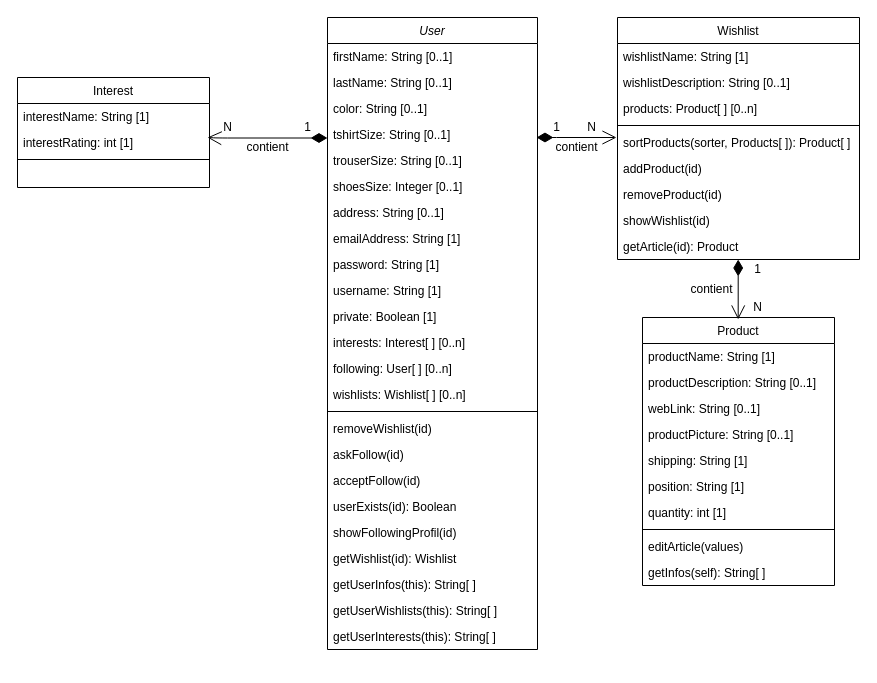
Above: Diagrammes/ClassDiagram.drawio in NNepper/LSINF1225-2020-GroupeL1.1-WishList (draw.io), before the change. Source tidied: cells renumbered, new cells numbered last; positions are measured from the earlier drawing's top-left corner, leaving out a move shared by most shapes. Both pictures are drawn from the tidied source at 100%, with x=0, y=0 at pixel (17, 17).
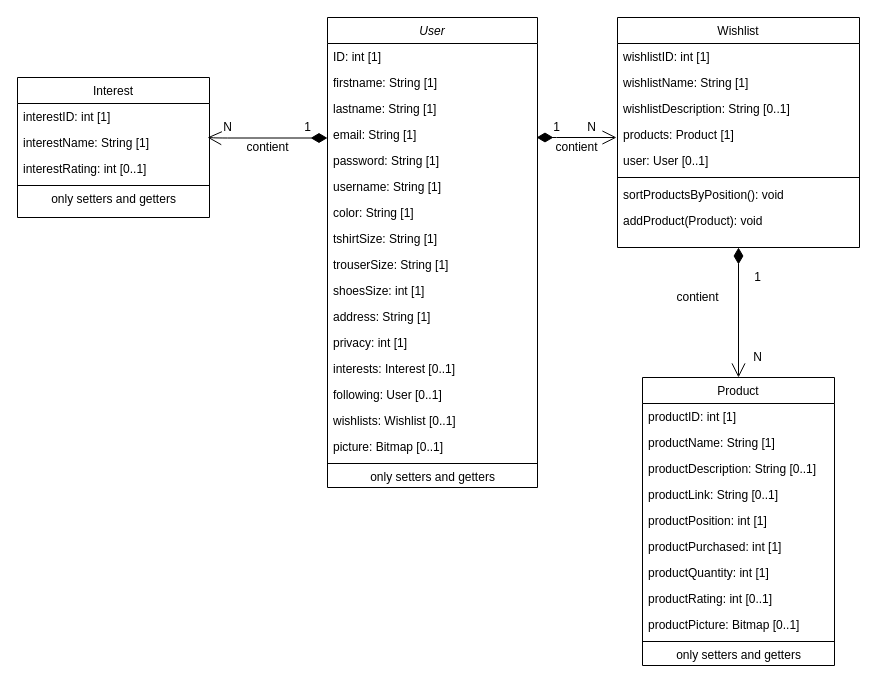
Above is the later version.

Commit message (it also covers changes not shown here):
Le Diagramme de classe a été mis à jour

Change to the diagram source:
```diff
@@
     <mxCell id="2" value="User" style="swimlane;fontStyle=2;align=center;verticalAlign=top;horizontal=1;startSize=26;rounded=0;shadow=0;strokeWidth=1;" parent="1" vertex="1">
-      <mxGeometry x="310" width="210" height="632" as="geometry" />
+      <mxGeometry x="310" width="210" height="470" as="geometry" />
     </mxCell>
-    <mxCell id="3" value="firstName: String [0..1]" style="text;align=left;verticalAlign=top;spacingLeft=4;spacingRight=4;overflow=hidden;" parent="2" vertex="1">
-      <mxGeometry y="26" width="210" height="26" as="geometry" />
-    </mxCell>
-    <mxCell id="4" value="lastName: String [0..1]" style="text;align=left;verticalAlign=top;spacingLeft=4;spacingRight=4;overflow=hidden;rounded=0;shadow=0;html=0;" parent="2" vertex="1">
-      <mxGeometry y="52" width="210" height="26" as="geometry" />
-    </mxCell>
-    <mxCell id="5" value="color: String [0..1]" style="text;align=left;verticalAlign=top;spacingLeft=4;spacingRight=4;overflow=hidden;rounded=0;shadow=0;html=0;" parent="2" vertex="1">
-      <mxGeometry y="78" width="210" height="26" as="geometry" />
-    </mxCell>
-    <mxCell id="6" value="tshirtSize: String [0..1]" style="text;align=left;verticalAlign=top;spacingLeft=4;spacingRight=4;overflow=hidden;" parent="2" vertex="1">
-      <mxGeometry y="104" width="210" height="26" as="geometry" />
-    </mxCell>
-    <mxCell id="7" value="trouserSize: String [0..1]" style="text;align=left;verticalAlign=top;spacingLeft=4;spacingRight=4;overflow=hidden;" parent="2" vertex="1">
-      <mxGeometry y="130" width="210" height="26" as="geometry" />
-    </mxCell>
-    <mxCell id="8" value="shoesSize: Integer [0..1]" style="text;align=left;verticalAlign=top;spacingLeft=4;spacingRight=4;overflow=hidden;" parent="2" vertex="1">
-      <mxGeometry y="156" width="210" height="26" as="geometry" />
-    </mxCell>
-    <mxCell id="9" value="address: String [0..1]" style="text;align=left;verticalAlign=top;spacingLeft=4;spacingRight=4;overflow=hidden;" parent="2" vertex="1">
-      <mxGeometry y="182" width="210" height="26" as="geometry" />
-    </mxCell>
-    <mxCell id="10" value="emailAddress: String [1]" style="text;align=left;verticalAlign=top;spacingLeft=4;spacingRight=4;overflow=hidden;" parent="2" vertex="1">
-      <mxGeometry y="208" width="210" height="26" as="geometry" />
-    </mxCell>
+    <mxCell id="64" value="ID: int [1]" style="text;align=left;verticalAlign=top;spacingLeft=4;spacingRight=4;overflow=hidden;" parent="2" vertex="1">
+      <mxGeometry y="26" width="210" height="26" as="geometry" />
+    </mxCell>
+    <mxCell id="65" value="firstname: String [1]" style="text;align=left;verticalAlign=top;spacingLeft=4;spacingRight=4;overflow=hidden;" parent="2" vertex="1">
+      <mxGeometry y="52" width="210" height="26" as="geometry" />
+    </mxCell>
+    <mxCell id="66" value="lastname: String [1]" style="text;align=left;verticalAlign=top;spacingLeft=4;spacingRight=4;overflow=hidden;" parent="2" vertex="1">
+      <mxGeometry y="78" width="210" height="26" as="geometry" />
+    </mxCell>
+    <mxCell id="67" value="email: String [1]" style="text;align=left;verticalAlign=top;spacingLeft=4;spacingRight=4;overflow=hidden;" parent="2" vertex="1">
+      <mxGeometry y="104" width="210" height="26" as="geometry" />
+    </mxCell>
     <mxCell id="11" value="password: String [1]" style="text;align=left;verticalAlign=top;spacingLeft=4;spacingRight=4;overflow=hidden;" parent="2" vertex="1">
-      <mxGeometry y="234" width="210" height="26" as="geometry" />
+      <mxGeometry y="130" width="210" height="26" as="geometry" />
     </mxCell>
     <mxCell id="12" value="username: String [1]" style="text;align=left;verticalAlign=top;spacingLeft=4;spacingRight=4;overflow=hidden;" parent="2" vertex="1">
-      <mxGeometry y="260" width="210" height="26" as="geometry" />
+      <mxGeometry y="156" width="210" height="26" as="geometry" />
     </mxCell>
-    <mxCell id="13" value="private: Boolean [1]" style="text;align=left;verticalAlign=top;spacingLeft=4;spacingRight=4;overflow=hidden;" parent="2" vertex="1">
-      <mxGeometry y="286" width="210" height="26" as="geometry" />
-    </mxCell>
-    <mxCell id="14" value="interests: Interest[ ] [0..n]" style="text;align=left;verticalAlign=top;spacingLeft=4;spacingRight=4;overflow=hidden;" parent="2" vertex="1">
-      <mxGeometry y="312" width="210" height="26" as="geometry" />
-    </mxCell>
-    <mxCell id="15" value="following: User[ ] [0..n]" style="text;align=left;verticalAlign=top;spacingLeft=4;spacingRight=4;overflow=hidden;" parent="2" vertex="1">
-      <mxGeometry y="338" width="210" height="26" as="geometry" />
-    </mxCell>
-    <mxCell id="16" value="wishlists: Wishlist[ ] [0..n]" style="text;align=left;verticalAlign=top;spacingLeft=4;spacingRight=4;overflow=hidden;" parent="2" vertex="1">
-      <mxGeometry y="364" width="210" height="26" as="geometry" />
-    </mxCell>
+    <mxCell id="68" value="color: String [1]" style="text;align=left;verticalAlign=top;spacingLeft=4;spacingRight=4;overflow=hidden;" parent="2" vertex="1">
+      <mxGeometry y="182" width="210" height="26" as="geometry" />
+    </mxCell>
+    <mxCell id="69" value="tshirtSize: String [1]" style="text;align=left;verticalAlign=top;spacingLeft=4;spacingRight=4;overflow=hidden;" parent="2" vertex="1">
+      <mxGeometry y="208" width="210" height="26" as="geometry" />
+    </mxCell>
+    <mxCell id="70" value="trouserSize: String [1]" style="text;align=left;verticalAlign=top;spacingLeft=4;spacingRight=4;overflow=hidden;" parent="2" vertex="1">
+      <mxGeometry y="234" width="210" height="26" as="geometry" />
+    </mxCell>
+    <mxCell id="71" value="shoesSize: int [1]" style="text;align=left;verticalAlign=top;spacingLeft=4;spacingRight=4;overflow=hidden;" parent="2" vertex="1">
+      <mxGeometry y="260" width="210" height="26" as="geometry" />
+    </mxCell>
+    <mxCell id="3" value="address: String [1]" style="text;align=left;verticalAlign=top;spacingLeft=4;spacingRight=4;overflow=hidden;" parent="2" vertex="1">
+      <mxGeometry y="286" width="210" height="26" as="geometry" />
+    </mxCell>
+    <mxCell id="72" value="privacy: int [1]" style="text;align=left;verticalAlign=top;spacingLeft=4;spacingRight=4;overflow=hidden;" parent="2" vertex="1">
+      <mxGeometry y="312" width="210" height="26" as="geometry" />
+    </mxCell>
+    <mxCell id="73" value="interests: Interest [0..1]" style="text;align=left;verticalAlign=top;spacingLeft=4;spacingRight=4;overflow=hidden;" parent="2" vertex="1">
+      <mxGeometry y="338" width="210" height="26" as="geometry" />
+    </mxCell>
+    <mxCell id="74" value="following: User [0..1]" style="text;align=left;verticalAlign=top;spacingLeft=4;spacingRight=4;overflow=hidden;" parent="2" vertex="1">
+      <mxGeometry y="364" width="210" height="26" as="geometry" />
+    </mxCell>
+    <mxCell id="75" value="wishlists: Wishlist [0..1]" style="text;align=left;verticalAlign=top;spacingLeft=4;spacingRight=4;overflow=hidden;" parent="2" vertex="1">
+      <mxGeometry y="390" width="210" height="26" as="geometry" />
+    </mxCell>
+    <mxCell id="76" value="picture: Bitmap [0..1]" style="text;align=left;verticalAlign=top;spacingLeft=4;spacingRight=4;overflow=hidden;" parent="2" vertex="1">
+      <mxGeometry y="416" width="210" height="26" as="geometry" />
+    </mxCell>
     <mxCell id="17" style="line;html=1;strokeWidth=1;align=left;verticalAlign=middle;spacingTop=-1;spacingLeft=3;spacingRight=3;labelPosition=right;" parent="2" vertex="1">
-      <mxGeometry y="390" width="210" height="8" as="geometry" />
+      <mxGeometry y="442" width="210" height="8" as="geometry" />
     </mxCell>
-    <mxCell id="18" value="removeWishlist(id)" style="text;align=left;verticalAlign=top;spacingLeft=4;spacingRight=4;overflow=hidden;" parent="2" vertex="1">
-      <mxGeometry y="398" width="210" height="26" as="geometry" />
-    </mxCell>
-    <mxCell id="19" value="askFollow(id)" style="text;align=left;verticalAlign=top;spacingLeft=4;spacingRight=4;overflow=hidden;" parent="2" vertex="1">
-      <mxGeometry y="424" width="210" height="26" as="geometry" />
-    </mxCell>
-    <mxCell id="20" value="acceptFollow(id)" style="text;align=left;verticalAlign=top;spacingLeft=4;spacingRight=4;overflow=hidden;" parent="2" vertex="1">
-      <mxGeometry y="450" width="210" height="26" as="geometry" />
-    </mxCell>
-    <mxCell id="21" value="userExists(id): Boolean" style="text;align=left;verticalAlign=top;spacingLeft=4;spacingRight=4;overflow=hidden;" parent="2" vertex="1">
-      <mxGeometry y="476" width="210" height="26" as="geometry" />
-    </mxCell>
-    <mxCell id="22" value="showFollowingProfil(id)" style="text;align=left;verticalAlign=top;spacingLeft=4;spacingRight=4;overflow=hidden;" parent="2" vertex="1">
-      <mxGeometry y="502" width="210" height="26" as="geometry" />
-    </mxCell>
-    <mxCell id="23" value="getWishlist(id): Wishlist" style="text;align=left;verticalAlign=top;spacingLeft=4;spacingRight=4;overflow=hidden;" parent="2" vertex="1">
-      <mxGeometry y="528" width="210" height="26" as="geometry" />
-    </mxCell>
-    <mxCell id="24" value="getUserInfos(this): String[ ]" style="text;align=left;verticalAlign=top;spacingLeft=4;spacingRight=4;overflow=hidden;" parent="2" vertex="1">
-      <mxGeometry y="554" width="210" height="26" as="geometry" />
-    </mxCell>
-    <mxCell id="25" value="getUserWishlists(this): String[ ]" style="text;align=left;verticalAlign=top;spacingLeft=4;spacingRight=4;overflow=hidden;" parent="2" vertex="1">
-      <mxGeometry y="580" width="210" height="26" as="geometry" />
-    </mxCell>
-    <mxCell id="26" value="getUserInterests(this): String[ ]" style="text;align=left;verticalAlign=top;spacingLeft=4;spacingRight=4;overflow=hidden;" parent="2" vertex="1">
-      <mxGeometry y="606" width="210" height="26" as="geometry" />
-    </mxCell>
+    <mxCell id="77" value="only setters and getters" style="text;html=1;align=center;verticalAlign=middle;" parent="2" vertex="1">
+      <mxGeometry y="450" width="210" height="20" as="geometry" />
+    </mxCell>
     <mxCell id="27" value="Wishlist" style="swimlane;fontStyle=0;align=center;verticalAlign=top;horizontal=1;startSize=26;rounded=0;shadow=0;strokeWidth=1;" parent="1" vertex="1">
-      <mxGeometry x="600" width="242" height="242" as="geometry" />
+      <mxGeometry x="600" width="242" height="230" as="geometry" />
     </mxCell>
-    <mxCell id="28" value="wishlistName: String [1]" style="text;align=left;verticalAlign=top;spacingLeft=4;spacingRight=4;overflow=hidden;" parent="27" vertex="1">
+    <mxCell id="28" value="wishlistID: int [1]" style="text;align=left;verticalAlign=top;spacingLeft=4;spacingRight=4;overflow=hidden;" parent="27" vertex="1">
       <mxGeometry y="26" width="242" height="26" as="geometry" />
     </mxCell>
+    <mxCell id="78" value="wishlistName: String [1]" style="text;align=left;verticalAlign=top;spacingLeft=4;spacingRight=4;overflow=hidden;" parent="27" vertex="1">
+      <mxGeometry y="52" width="242" height="26" as="geometry" />
+    </mxCell>
-    <mxCell id="29" value="wishlistDescription: String [0..1]" style="text;align=left;verticalAlign=top;spacingLeft=4;spacingRight=4;overflow=hidden;rounded=0;shadow=0;html=0;" parent="27" vertex="1">
-      <mxGeometry y="52" width="242" height="26" as="geometry" />
+    <mxCell id="29" value="wishlistDescription: String [0..1]" style="text;align=left;verticalAlign=top;spacingLeft=4;spacingRight=4;overflow=hidden;" parent="27" vertex="1">
+      <mxGeometry y="78" width="242" height="26" as="geometry" />
     </mxCell>
-    <mxCell id="30" value="products: Product[ ] [0..n]" style="text;align=left;verticalAlign=top;spacingLeft=4;spacingRight=4;overflow=hidden;rounded=0;shadow=0;html=0;" parent="27" vertex="1">
-      <mxGeometry y="78" width="242" height="26" as="geometry" />
-    </mxCell>
+    <mxCell id="79" value="products: Product [1]" style="text;align=left;verticalAlign=top;spacingLeft=4;spacingRight=4;overflow=hidden;" parent="27" vertex="1">
+      <mxGeometry y="104" width="242" height="26" as="geometry" />
+    </mxCell>
+    <mxCell id="80" value="user: User [0..1]" style="text;align=left;verticalAlign=top;spacingLeft=4;spacingRight=4;overflow=hidden;" parent="27" vertex="1">
+      <mxGeometry y="130" width="242" height="26" as="geometry" />
+    </mxCell>
     <mxCell id="31" style="line;html=1;strokeWidth=1;align=left;verticalAlign=middle;spacingTop=-1;spacingLeft=3;spacingRight=3;labelPosition=right;" parent="27" vertex="1">
-      <mxGeometry y="104" width="242" height="8" as="geometry" />
+      <mxGeometry y="156" width="242" height="8" as="geometry" />
     </mxCell>
-    <mxCell id="32" value="sortProducts(sorter, Products[ ]): Product[ ]" style="text;align=left;verticalAlign=top;spacingLeft=4;spacingRight=4;overflow=hidden;rounded=0;shadow=0;html=0;" parent="27" vertex="1">
-      <mxGeometry y="112" width="242" height="26" as="geometry" />
-    </mxCell>
-    <mxCell id="33" value="addProduct(id)" style="text;align=left;verticalAlign=top;spacingLeft=4;spacingRight=4;overflow=hidden;rounded=0;shadow=0;html=0;" parent="27" vertex="1">
-      <mxGeometry y="138" width="242" height="26" as="geometry" />
-    </mxCell>
-    <mxCell id="34" value="removeProduct(id)" style="text;align=left;verticalAlign=top;spacingLeft=4;spacingRight=4;overflow=hidden;rounded=0;shadow=0;html=0;" parent="27" vertex="1">
-      <mxGeometry y="164" width="242" height="26" as="geometry" />
-    </mxCell>
-    <mxCell id="35" value="showWishlist(id)" style="text;align=left;verticalAlign=top;spacingLeft=4;spacingRight=4;overflow=hidden;rounded=0;shadow=0;html=0;" parent="27" vertex="1">
-      <mxGeometry y="190" width="242" height="26" as="geometry" />
-    </mxCell>
-    <mxCell id="36" value="getArticle(id): Product" style="text;align=left;verticalAlign=top;spacingLeft=4;spacingRight=4;overflow=hidden;rounded=0;shadow=0;html=0;" parent="27" vertex="1">
-      <mxGeometry y="216" width="242" height="26" as="geometry" />
-    </mxCell>
-    <mxCell id="37" value="Product" style="swimlane;fontStyle=0;align=center;verticalAlign=top;horizontal=1;startSize=26;rounded=0;shadow=0;strokeWidth=1;" parent="1" vertex="1">
-      <mxGeometry x="625" y="300" width="192" height="268" as="geometry" />
-    </mxCell>
-    <mxCell id="38" value="productName: String [1]" style="text;align=left;verticalAlign=top;spacingLeft=4;spacingRight=4;overflow=hidden;" parent="37" vertex="1">
-      <mxGeometry y="26" width="192" height="26" as="geometry" />
-    </mxCell>
-    <mxCell id="39" value="productDescription: String [0..1]" style="text;align=left;verticalAlign=top;spacingLeft=4;spacingRight=4;overflow=hidden;" parent="37" vertex="1">
-      <mxGeometry y="52" width="192" height="26" as="geometry" />
-    </mxCell>
-    <mxCell id="40" value="webLink: String [0..1]" style="text;align=left;verticalAlign=top;spacingLeft=4;spacingRight=4;overflow=hidden;" parent="37" vertex="1">
-      <mxGeometry y="78" width="192" height="26" as="geometry" />
-    </mxCell>
-    <mxCell id="41" value="productPicture: String [0..1]" style="text;align=left;verticalAlign=top;spacingLeft=4;spacingRight=4;overflow=hidden;" parent="37" vertex="1">
-      <mxGeometry y="104" width="192" height="26" as="geometry" />
-    </mxCell>
-    <mxCell id="42" value="shipping: String [1]" style="text;align=left;verticalAlign=top;spacingLeft=4;spacingRight=4;overflow=hidden;" parent="37" vertex="1">
-      <mxGeometry y="130" width="192" height="26" as="geometry" />
-    </mxCell>
-    <mxCell id="43" value="position: String [1]" style="text;align=left;verticalAlign=top;spacingLeft=4;spacingRight=4;overflow=hidden;" parent="37" vertex="1">
-      <mxGeometry y="156" width="192" height="26" as="geometry" />
-    </mxCell>
-    <mxCell id="44" value="quantity: int [1]" style="text;align=left;verticalAlign=top;spacingLeft=4;spacingRight=4;overflow=hidden;" parent="37" vertex="1">
-      <mxGeometry y="182" width="192" height="26" as="geometry" />
-    </mxCell>
-    <mxCell id="45" style="line;html=1;strokeWidth=1;align=left;verticalAlign=middle;spacingTop=-1;spacingLeft=3;spacingRight=3;labelPosition=right;" parent="37" vertex="1">
-      <mxGeometry y="208" width="192" height="8" as="geometry" />
-    </mxCell>
-    <mxCell id="46" value="editArticle(values)" style="text;align=left;verticalAlign=top;spacingLeft=4;spacingRight=4;overflow=hidden;" parent="37" vertex="1">
-      <mxGeometry y="216" width="192" height="26" as="geometry" />
-    </mxCell>
-    <mxCell id="47" value="getInfos(self): String[ ]" style="text;align=left;verticalAlign=top;spacingLeft=4;spacingRight=4;overflow=hidden;" parent="37" vertex="1">
-      <mxGeometry y="242" width="192" height="26" as="geometry" />
-    </mxCell>
+    <mxCell id="81" value="sortProductsByPosition(): void" style="text;align=left;verticalAlign=top;spacingLeft=4;spacingRight=4;overflow=hidden;" parent="27" vertex="1">
+      <mxGeometry y="164" width="242" height="26" as="geometry" />
+    </mxCell>
+    <mxCell id="82" value="addProduct(Product): void" style="text;align=left;verticalAlign=top;spacingLeft=4;spacingRight=4;overflow=hidden;" parent="27" vertex="1">
+      <mxGeometry y="190" width="242" height="26" as="geometry" />
+    </mxCell>
@@
     <mxCell id="49" value="Interest" style="swimlane;fontStyle=0;align=center;verticalAlign=top;horizontal=1;startSize=26;rounded=0;shadow=0;strokeWidth=1;" parent="1" vertex="1">
-      <mxGeometry y="60" width="192" height="110" as="geometry" />
+      <mxGeometry y="60" width="192" height="140" as="geometry" />
     </mxCell>
+    <mxCell id="83" value="interestID: int [1]" style="text;align=left;verticalAlign=top;spacingLeft=4;spacingRight=4;overflow=hidden;" parent="49" vertex="1">
+      <mxGeometry y="26" width="192" height="26" as="geometry" />
+    </mxCell>
     <mxCell id="50" value="interestName: String [1]" style="text;align=left;verticalAlign=top;spacingLeft=4;spacingRight=4;overflow=hidden;" parent="49" vertex="1">
-      <mxGeometry y="26" width="192" height="26" as="geometry" />
+      <mxGeometry y="52" width="192" height="26" as="geometry" />
     </mxCell>
-    <mxCell id="51" value="interestRating: int [1]" style="text;align=left;verticalAlign=top;spacingLeft=4;spacingRight=4;overflow=hidden;" parent="49" vertex="1">
-      <mxGeometry y="52" width="192" height="26" as="geometry" />
-    </mxCell>
+    <mxCell id="84" value="interestRating: int [0..1]" style="text;align=left;verticalAlign=top;spacingLeft=4;spacingRight=4;overflow=hidden;" parent="49" vertex="1">
+      <mxGeometry y="78" width="192" height="26" as="geometry" />
+    </mxCell>
     <mxCell id="52" style="line;html=1;strokeWidth=1;align=left;verticalAlign=middle;spacingTop=-1;spacingLeft=3;spacingRight=3;labelPosition=right;" parent="49" vertex="1">
-      <mxGeometry y="78" width="192" height="8" as="geometry" />
+      <mxGeometry y="104" width="192" height="8" as="geometry" />
     </mxCell>
+    <mxCell id="85" value="only setters and getters" style="text;html=1;align=center;verticalAlign=middle;" parent="49" vertex="1">
+      <mxGeometry y="112" width="192" height="20" as="geometry" />
+    </mxCell>
@@
-    <mxCell id="60" style="endArrow=open;html=1;endSize=12;startArrow=diamondThin;startSize=14;startFill=1;edgeStyle=orthogonalEdgeStyle;align=left;verticalAlign=bottom;" parent="1" edge="1">
-      <mxGeometry x="-1" y="3" relative="1" as="geometry">
-        <mxPoint x="720.7" y="242" as="sourcePoint" />
-        <mxPoint x="720.7" y="302" as="targetPoint" />
-      </mxGeometry>
+    <mxCell id="60" style="endArrow=open;html=1;endSize=12;startArrow=diamondThin;startSize=14;startFill=1;edgeStyle=orthogonalEdgeStyle;align=left;verticalAlign=bottom;exitX=0.5;exitY=1;exitDx=0;exitDy=0;entryX=0.5;entryY=0;entryDx=0;entryDy=0;" parent="1" edge="1" source="27" target="37">
+      <mxGeometry x="-1" y="3" relative="1" as="geometry" />
     </mxCell>
     <mxCell id="61" value="1" style="text;html=1;align=center;verticalAlign=middle;" parent="1" vertex="1">
-      <mxGeometry x="730" y="242" width="20" height="20" as="geometry" />
+      <mxGeometry x="730" y="250" width="20" height="20" as="geometry" />
     </mxCell>
     <mxCell id="62" value="N" style="text;html=1;align=center;verticalAlign=middle;" parent="1" vertex="1">
-      <mxGeometry x="730" y="280" width="20" height="20" as="geometry" />
+      <mxGeometry x="730" y="330" width="20" height="20" as="geometry" />
     </mxCell>
     <mxCell id="63" value="contient" style="text;html=1;align=center;verticalAlign=middle;" parent="1" vertex="1">
-      <mxGeometry x="664" y="262" width="60" height="20" as="geometry" />
+      <mxGeometry x="650" y="270" width="60" height="20" as="geometry" />
     </mxCell>
+    <mxCell id="37" value="Product" style="swimlane;fontStyle=0;align=center;verticalAlign=top;horizontal=1;startSize=26;rounded=0;shadow=0;strokeWidth=1;" parent="1" vertex="1">
+      <mxGeometry x="625" y="360" width="192" height="288" as="geometry" />
+    </mxCell>
+    <mxCell id="38" value="productID: int [1]" style="text;align=left;verticalAlign=top;spacingLeft=4;spacingRight=4;overflow=hidden;" parent="37" vertex="1">
+      <mxGeometry y="26" width="192" height="26" as="geometry" />
+    </mxCell>
+    <mxCell id="86" value="productName: String [1]" style="text;align=left;verticalAlign=top;spacingLeft=4;spacingRight=4;overflow=hidden;" parent="37" vertex="1">
+      <mxGeometry y="52" width="192" height="26" as="geometry" />
+    </mxCell>
+    <mxCell id="39" value="productDescription: String [0..1]" style="text;align=left;verticalAlign=top;spacingLeft=4;spacingRight=4;overflow=hidden;" parent="37" vertex="1">
+      <mxGeometry y="78" width="192" height="26" as="geometry" />
+    </mxCell>
+    <mxCell id="87" value="productLink: String [0..1]" style="text;align=left;verticalAlign=top;spacingLeft=4;spacingRight=4;overflow=hidden;" parent="37" vertex="1">
+      <mxGeometry y="104" width="192" height="26" as="geometry" />
+    </mxCell>
+    <mxCell id="88" value="productPosition: int [1]" style="text;align=left;verticalAlign=top;spacingLeft=4;spacingRight=4;overflow=hidden;" parent="37" vertex="1">
+      <mxGeometry y="130" width="192" height="26" as="geometry" />
+    </mxCell>
+    <mxCell id="89" value="productPurchased: int [1]" style="text;align=left;verticalAlign=top;spacingLeft=4;spacingRight=4;overflow=hidden;" parent="37" vertex="1">
+      <mxGeometry y="156" width="192" height="26" as="geometry" />
+    </mxCell>
+    <mxCell id="90" value="productQuantity: int [1]" style="text;align=left;verticalAlign=top;spacingLeft=4;spacingRight=4;overflow=hidden;" parent="37" vertex="1">
+      <mxGeometry y="182" width="192" height="26" as="geometry" />
+    </mxCell>
+    <mxCell id="91" value="productRating: int [0..1]" style="text;align=left;verticalAlign=top;spacingLeft=4;spacingRight=4;overflow=hidden;" parent="37" vertex="1">
+      <mxGeometry y="208" width="192" height="26" as="geometry" />
+    </mxCell>
+    <mxCell id="92" value="productPicture: Bitmap [0..1]" style="text;align=left;verticalAlign=top;spacingLeft=4;spacingRight=4;overflow=hidden;" parent="37" vertex="1">
+      <mxGeometry y="234" width="192" height="26" as="geometry" />
+    </mxCell>
+    <mxCell id="45" style="line;html=1;strokeWidth=1;align=left;verticalAlign=middle;spacingTop=-1;spacingLeft=3;spacingRight=3;labelPosition=right;" parent="37" vertex="1">
+      <mxGeometry y="260" width="192" height="8" as="geometry" />
+    </mxCell>
+    <mxCell id="93" value="only setters and getters" style="text;html=1;align=center;verticalAlign=middle;" parent="37" vertex="1">
+      <mxGeometry y="268" width="192" height="20" as="geometry" />
+    </mxCell>
```
